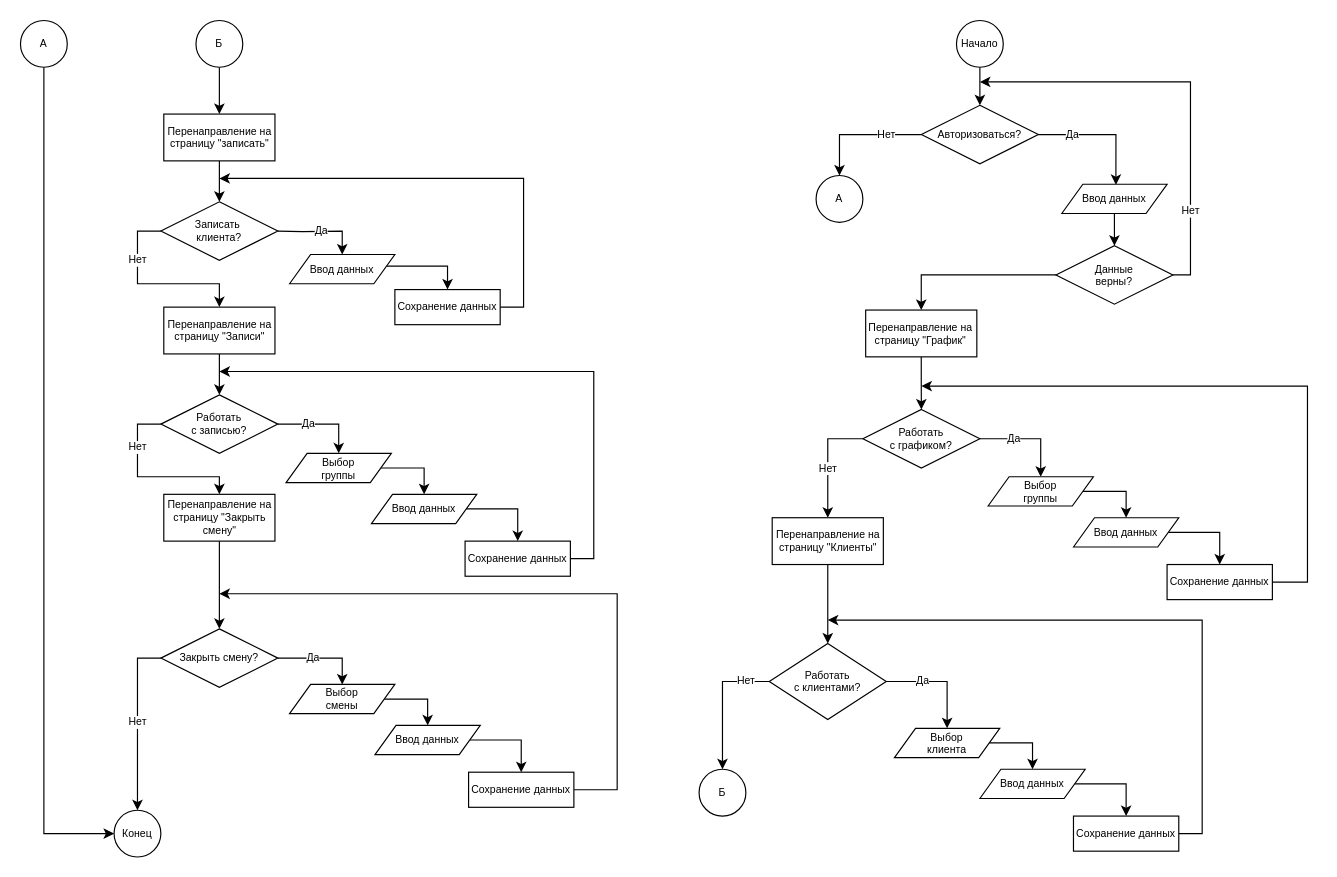
kirillgladkih/diplom keeps this draw.io diagram as BLOCKS.drawio. Above is the earlier version. Source tidied: cells renumbered, new cells numbered last; positions are measured from the earlier drawing's top-left corner, leaving out a move shared by most shapes. Both pictures are drawn from the tidied source at 117%, with x=0, y=0 at pixel (20, 20).
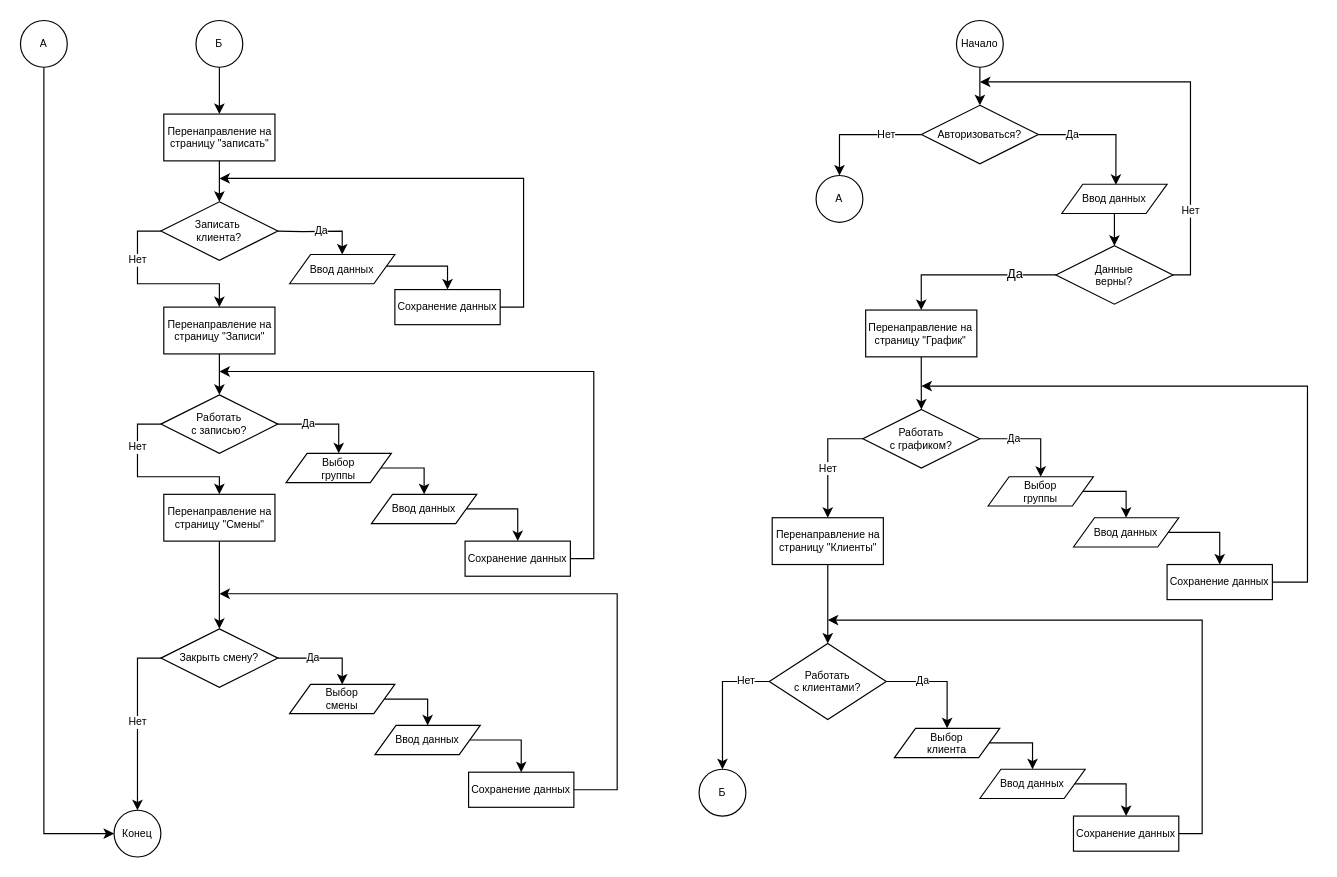
Above is the later version.

The change refers to these unchanged cells:
```xml
<mxCell id="48" style="edgeStyle=orthogonalEdgeStyle;rounded=0;jettySize=auto;html=1;fontSize=9;entryX=0.5;entryY=0;entryDx=0;entryDy=0;" parent="1" edge="1" source="49" target="51">
  <mxGeometry relative="1" as="geometry" />
</mxCell>
```

What changed in the source:
```diff
@@
-    <mxCell id="16" value="Перенаправление на страницу &quot;Закрыть смену&quot;" style="rounded=0;whiteSpace=wrap;html=1;fontSize=9;fontStyle=0;verticalAlign=middle;labelPosition=center;verticalLabelPosition=middle;align=center;" parent="1" vertex="1">
+    <mxCell id="16" value="Перенаправление на страницу &quot;Смены&quot;" style="rounded=0;whiteSpace=wrap;html=1;fontSize=9;fontStyle=0;verticalAlign=middle;labelPosition=center;verticalLabelPosition=middle;align=center;" parent="1" vertex="1">
       <mxGeometry x="122.5" y="405" width="95" height="40" as="geometry" />
     </mxCell>
@@
+    <mxCell id="73" value="Да" style="edgeLabel;html=1;align=center;verticalAlign=middle;" parent="48" vertex="1">
+      <mxGeometry x="-0.5" y="-1" relative="1" as="geometry" />
+    </mxCell>
```
